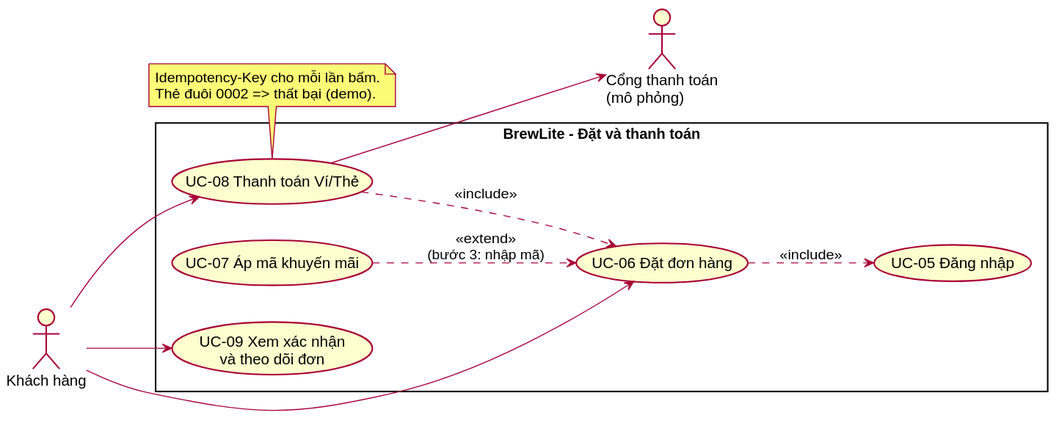
Earlier version of the PlantUML export docs/diagrams/use-case-checkout.svg (dinh-hung-116/BrewLite-Assignment2).
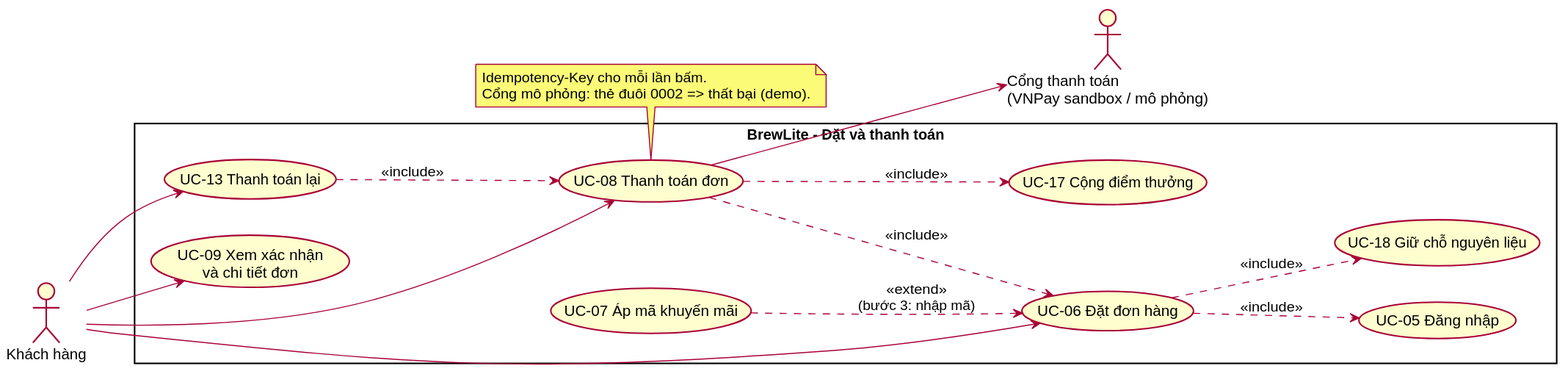
After the commit.

Commit message:
docs(requirements): dựng lại use case theo 19 User Story của A1

Diff of the diagram source:
```diff
@@ -2,23 +2,30 @@
 left to right direction
 skinparam shadowing false
 actor "Khách hàng" as Customer
-actor "Cổng thanh toán\n(mô phỏng)" as Pay
+actor "Cổng thanh toán\n(VNPay sandbox / mô phỏng)" as Pay
 rectangle "BrewLite - Đặt và thanh toán" {
+  usecase "UC-07 Áp mã khuyến mãi" as UC07
   usecase "UC-06 Đặt đơn hàng" as UC06
+  usecase "UC-13 Thanh toán lại" as UC13
+  usecase "UC-08 Thanh toán đơn" as UC08
+  usecase "UC-09 Xem xác nhận\nvà chi tiết đơn" as UC09
   usecase "UC-05 Đăng nhập" as UC05
-  usecase "UC-07 Áp mã khuyến mãi" as UC07
-  usecase "UC-08 Thanh toán Ví/Thẻ" as UC08
-  usecase "UC-09 Xem xác nhận\nvà theo dõi đơn" as UC09
+  usecase "UC-18 Giữ chỗ nguyên liệu" as UC18
+  usecase "UC-17 Cộng điểm thưởng" as UC17
 }
 Customer --> UC06
 Customer --> UC08
+Customer --> UC13
 Customer --> UC09
+UC07 ..> UC06 : <<extend>>\n(bước 3: nhập mã)
+UC06 ..> UC05 : <<include>>
+UC06 ..> UC18 : <<include>>
+UC08 ..> UC06 : <<include>>
+UC08 ..> UC17 : <<include>>
+UC13 ..> UC08 : <<include>>
 UC08 --> Pay
-UC06 ..> UC05 : <<include>>
-UC07 ..> UC06 : <<extend>>\n(bước 3: nhập mã)
-UC08 ..> UC06 : <<include>>
 note bottom of UC08
   Idempotency-Key cho mỗi lần bấm.
-  Thẻ đuôi 0002 => thất bại (demo).
+  Cổng mô phỏng: thẻ đuôi 0002 => thất bại (demo).
 end note
 @enduml
```
